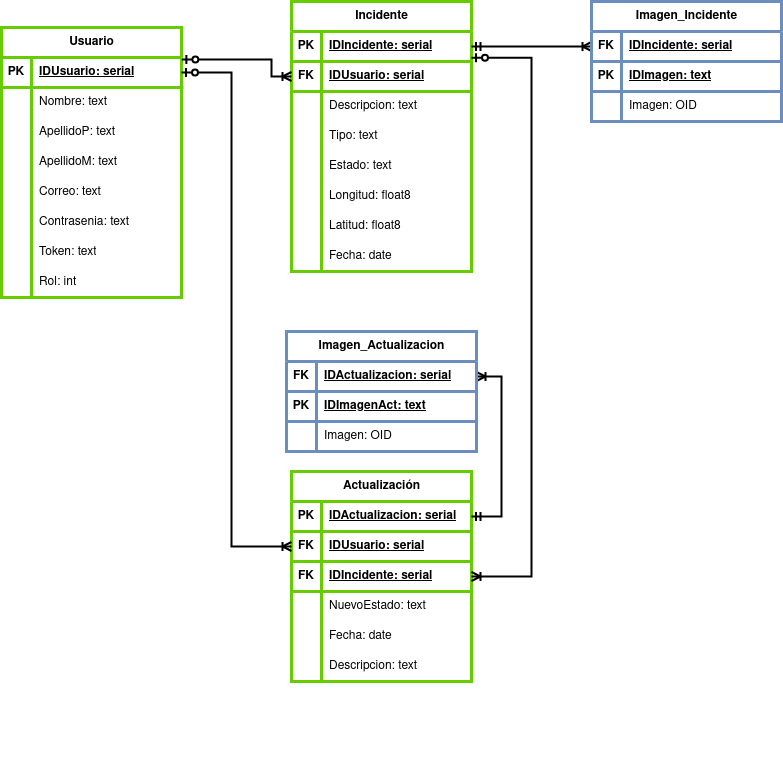
Earlier version of the draw.io export documentacion/tarea2-BDD/BDD_MajarraDrive-Relacional.drawio.png (ingenieria-software-7009-2025-2/mojarra-Gerreidae-api). Source tidied: cells renumbered, new cells last; positions are measured from the earlier drawing's top-left corner, leaving out a move shared by most shapes.
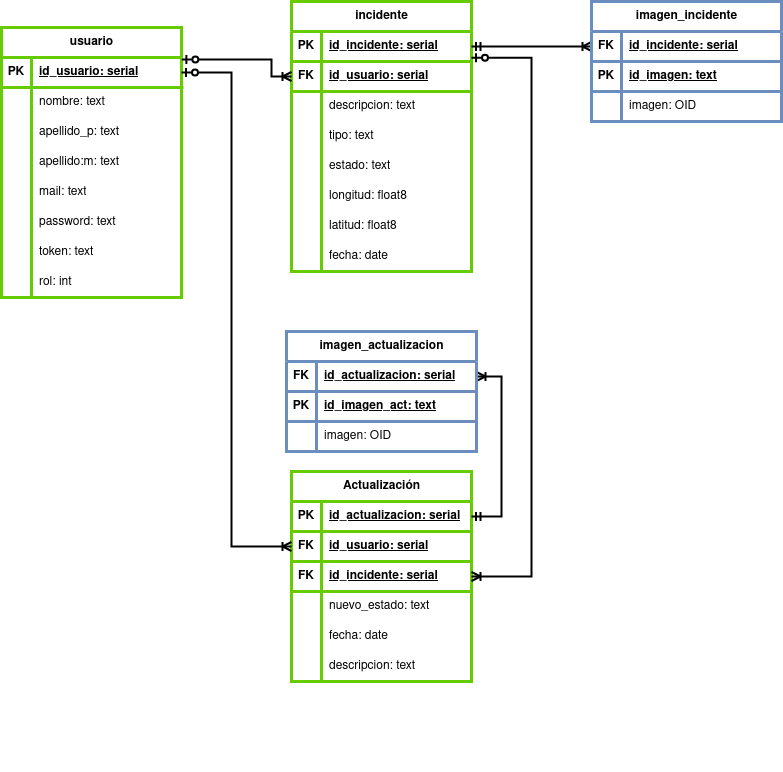
After the change.

Commit message:
style: actualización diagrama BDD

Diff of the diagram source:
```diff
@@ -4,3 +4,3 @@
     <mxCell id="1" parent="0" />
-    <mxCell id="2" value="Usuario" style="shape=table;startSize=30;rowLines=0;fontStyle=1;align=center;html=1;strokeColor=#66CC00;strokeWidth=3;" parent="1" vertex="1">
+    <mxCell id="2" value="usuario" style="shape=table;startSize=30;rowLines=0;fontStyle=1;align=center;html=1;strokeColor=#66CC00;strokeWidth=3;" parent="1" vertex="1">
       <mxGeometry y="26" width="180" height="270" as="geometry" />
@@ -13,3 +13,3 @@
     </mxCell>
-    <mxCell id="5" value="IDUsuario: serial" style="shape=partialRectangle;fillColor=none;top=0;left=0;bottom=0;right=0;align=left;spacingLeft=6;fontStyle=5;overflow=hidden;whiteSpace=wrap;html=1;strokeColor=#FF0080;strokeWidth=3;" parent="3" vertex="1">
+    <mxCell id="5" value="id_usuario: serial" style="shape=partialRectangle;fillColor=none;top=0;left=0;bottom=0;right=0;align=left;spacingLeft=6;fontStyle=5;overflow=hidden;whiteSpace=wrap;html=1;strokeColor=#FF0080;strokeWidth=3;" parent="3" vertex="1">
       <mxGeometry x="30" width="150" height="30" as="geometry" />
@@ -22,3 +22,3 @@
     </mxCell>
-    <mxCell id="8" value="Nombre: text" style="shape=partialRectangle;fillColor=none;top=0;left=0;bottom=0;right=0;align=left;spacingLeft=6;overflow=hidden;whiteSpace=wrap;html=1;strokeWidth=3;" parent="6" vertex="1">
+    <mxCell id="8" value="nombre: text" style="shape=partialRectangle;fillColor=none;top=0;left=0;bottom=0;right=0;align=left;spacingLeft=6;overflow=hidden;whiteSpace=wrap;html=1;strokeWidth=3;" parent="6" vertex="1">
       <mxGeometry x="30" width="150" height="30" as="geometry" />
@@ -31,3 +31,3 @@
     </mxCell>
-    <mxCell id="11" value="ApellidoP: text" style="shape=partialRectangle;fillColor=none;top=0;left=0;bottom=0;right=0;align=left;spacingLeft=6;overflow=hidden;whiteSpace=wrap;html=1;strokeWidth=3;" parent="9" vertex="1">
+    <mxCell id="11" value="apellido_p: text" style="shape=partialRectangle;fillColor=none;top=0;left=0;bottom=0;right=0;align=left;spacingLeft=6;overflow=hidden;whiteSpace=wrap;html=1;strokeWidth=3;" parent="9" vertex="1">
       <mxGeometry x="30" width="150" height="30" as="geometry" />
@@ -40,3 +40,3 @@
     </mxCell>
-    <mxCell id="14" value="ApellidoM: text" style="shape=partialRectangle;fillColor=none;top=0;left=0;bottom=0;right=0;align=left;spacingLeft=6;overflow=hidden;whiteSpace=wrap;html=1;strokeWidth=3;" parent="12" vertex="1">
+    <mxCell id="14" value="apellido:m: text" style="shape=partialRectangle;fillColor=none;top=0;left=0;bottom=0;right=0;align=left;spacingLeft=6;overflow=hidden;whiteSpace=wrap;html=1;strokeWidth=3;" parent="12" vertex="1">
       <mxGeometry x="30" width="150" height="30" as="geometry" />
@@ -49,3 +49,3 @@
     </mxCell>
-    <mxCell id="17" value="Correo: text" style="shape=partialRectangle;fillColor=none;top=0;left=0;bottom=0;right=0;align=left;spacingLeft=6;overflow=hidden;whiteSpace=wrap;html=1;strokeWidth=3;" parent="15" vertex="1">
+    <mxCell id="17" value="mail: text" style="shape=partialRectangle;fillColor=none;top=0;left=0;bottom=0;right=0;align=left;spacingLeft=6;overflow=hidden;whiteSpace=wrap;html=1;strokeWidth=3;" parent="15" vertex="1">
       <mxGeometry x="30" width="150" height="30" as="geometry" />
@@ -58,3 +58,3 @@
     </mxCell>
-    <mxCell id="20" value="Contrasenia: text" style="shape=partialRectangle;fillColor=none;top=0;left=0;bottom=0;right=0;align=left;spacingLeft=6;overflow=hidden;whiteSpace=wrap;html=1;strokeWidth=3;" parent="18" vertex="1">
+    <mxCell id="20" value="password: text" style="shape=partialRectangle;fillColor=none;top=0;left=0;bottom=0;right=0;align=left;spacingLeft=6;overflow=hidden;whiteSpace=wrap;html=1;strokeWidth=3;" parent="18" vertex="1">
       <mxGeometry x="30" width="150" height="30" as="geometry" />
@@ -67,3 +67,3 @@
     </mxCell>
-    <mxCell id="23" value="Token: text" style="shape=partialRectangle;fillColor=none;top=0;left=0;bottom=0;right=0;align=left;spacingLeft=6;overflow=hidden;whiteSpace=wrap;html=1;strokeWidth=3;" parent="21" vertex="1">
+    <mxCell id="23" value="token: text" style="shape=partialRectangle;fillColor=none;top=0;left=0;bottom=0;right=0;align=left;spacingLeft=6;overflow=hidden;whiteSpace=wrap;html=1;strokeWidth=3;" parent="21" vertex="1">
       <mxGeometry x="30" width="150" height="30" as="geometry" />
@@ -76,6 +76,6 @@
     </mxCell>
-    <mxCell id="26" value="Rol: int" style="shape=partialRectangle;fillColor=none;top=0;left=0;bottom=0;right=0;align=left;spacingLeft=6;overflow=hidden;whiteSpace=wrap;html=1;strokeWidth=3;" parent="24" vertex="1">
+    <mxCell id="26" value="rol: int" style="shape=partialRectangle;fillColor=none;top=0;left=0;bottom=0;right=0;align=left;spacingLeft=6;overflow=hidden;whiteSpace=wrap;html=1;strokeWidth=3;" parent="24" vertex="1">
       <mxGeometry x="30" width="150" height="30" as="geometry" />
     </mxCell>
-    <mxCell id="27" value="Incidente" style="shape=table;startSize=30;rowLines=0;fontStyle=1;align=center;html=1;strokeColor=#66CC00;strokeWidth=3;" parent="1" vertex="1">
+    <mxCell id="27" value="incidente" style="shape=table;startSize=30;rowLines=0;fontStyle=1;align=center;html=1;strokeColor=#66CC00;strokeWidth=3;" parent="1" vertex="1">
       <mxGeometry x="290" width="180" height="270" as="geometry" />
@@ -88,3 +88,3 @@
     </mxCell>
-    <mxCell id="30" value="IDIncidente: serial" style="shape=partialRectangle;fillColor=none;top=0;left=0;bottom=0;right=0;align=left;spacingLeft=6;fontStyle=5;overflow=hidden;whiteSpace=wrap;html=1;strokeColor=#FF0080;strokeWidth=3;" parent="28" vertex="1">
+    <mxCell id="30" value="id_incidente: serial" style="shape=partialRectangle;fillColor=none;top=0;left=0;bottom=0;right=0;align=left;spacingLeft=6;fontStyle=5;overflow=hidden;whiteSpace=wrap;html=1;strokeColor=#FF0080;strokeWidth=3;" parent="28" vertex="1">
       <mxGeometry x="30" width="150" height="30" as="geometry" />
@@ -106,3 +106,3 @@
     </mxCell>
-    <mxCell id="36" value="Descripcion: text" style="shape=partialRectangle;fillColor=none;top=0;left=0;bottom=0;right=0;align=left;spacingLeft=6;overflow=hidden;whiteSpace=wrap;html=1;strokeWidth=3;" parent="34" vertex="1">
+    <mxCell id="36" value="descripcion: text" style="shape=partialRectangle;fillColor=none;top=0;left=0;bottom=0;right=0;align=left;spacingLeft=6;overflow=hidden;whiteSpace=wrap;html=1;strokeWidth=3;" parent="34" vertex="1">
       <mxGeometry x="30" width="150" height="30" as="geometry" />
@@ -115,3 +115,3 @@
     </mxCell>
-    <mxCell id="39" value="Tipo: text" style="shape=partialRectangle;fillColor=none;top=0;left=0;bottom=0;right=0;align=left;spacingLeft=6;overflow=hidden;whiteSpace=wrap;html=1;strokeWidth=3;" parent="37" vertex="1">
+    <mxCell id="39" value="tipo: text" style="shape=partialRectangle;fillColor=none;top=0;left=0;bottom=0;right=0;align=left;spacingLeft=6;overflow=hidden;whiteSpace=wrap;html=1;strokeWidth=3;" parent="37" vertex="1">
       <mxGeometry x="30" width="150" height="30" as="geometry" />
@@ -124,3 +124,3 @@
     </mxCell>
-    <mxCell id="42" value="Estado: text" style="shape=partialRectangle;fillColor=none;top=0;left=0;bottom=0;right=0;align=left;spacingLeft=6;overflow=hidden;whiteSpace=wrap;html=1;strokeWidth=3;" parent="40" vertex="1">
+    <mxCell id="42" value="estado: text" style="shape=partialRectangle;fillColor=none;top=0;left=0;bottom=0;right=0;align=left;spacingLeft=6;overflow=hidden;whiteSpace=wrap;html=1;strokeWidth=3;" parent="40" vertex="1">
       <mxGeometry x="30" width="150" height="30" as="geometry" />
@@ -133,3 +133,3 @@
     </mxCell>
-    <mxCell id="45" value="Longitud: float8" style="shape=partialRectangle;fillColor=none;top=0;left=0;bottom=0;right=0;align=left;spacingLeft=6;overflow=hidden;whiteSpace=wrap;html=1;strokeWidth=3;" parent="43" vertex="1">
+    <mxCell id="45" value="longitud: float8" style="shape=partialRectangle;fillColor=none;top=0;left=0;bottom=0;right=0;align=left;spacingLeft=6;overflow=hidden;whiteSpace=wrap;html=1;strokeWidth=3;" parent="43" vertex="1">
       <mxGeometry x="30" width="150" height="30" as="geometry" />
@@ -142,3 +142,3 @@
     </mxCell>
-    <mxCell id="48" value="Latitud: float8" style="shape=partialRectangle;fillColor=none;top=0;left=0;bottom=0;right=0;align=left;spacingLeft=6;overflow=hidden;whiteSpace=wrap;html=1;strokeWidth=3;" parent="46" vertex="1">
+    <mxCell id="48" value="latitud: float8" style="shape=partialRectangle;fillColor=none;top=0;left=0;bottom=0;right=0;align=left;spacingLeft=6;overflow=hidden;whiteSpace=wrap;html=1;strokeWidth=3;" parent="46" vertex="1">
       <mxGeometry x="30" width="150" height="30" as="geometry" />
@@ -151,3 +151,3 @@
     </mxCell>
-    <mxCell id="51" value="Fecha: date" style="shape=partialRectangle;fillColor=none;top=0;left=0;bottom=0;right=0;align=left;spacingLeft=6;overflow=hidden;whiteSpace=wrap;html=1;strokeWidth=3;" parent="49" vertex="1">
+    <mxCell id="51" value="fecha: date" style="shape=partialRectangle;fillColor=none;top=0;left=0;bottom=0;right=0;align=left;spacingLeft=6;overflow=hidden;whiteSpace=wrap;html=1;strokeWidth=3;" parent="49" vertex="1">
       <mxGeometry x="30" width="150" height="30" as="geometry" />
@@ -174,3 +174,3 @@
     </mxCell>
-    <mxCell id="56" value="IDUsuario: serial" style="shape=partialRectangle;fillColor=none;top=0;left=0;bottom=0;right=0;align=left;spacingLeft=6;fontStyle=5;overflow=hidden;whiteSpace=wrap;html=1;strokeColor=#FF0080;strokeWidth=3;" parent="54" vertex="1">
+    <mxCell id="56" value="id_usuario: serial" style="shape=partialRectangle;fillColor=none;top=0;left=0;bottom=0;right=0;align=left;spacingLeft=6;fontStyle=5;overflow=hidden;whiteSpace=wrap;html=1;strokeColor=#FF0080;strokeWidth=3;" parent="54" vertex="1">
       <mxGeometry x="30" width="150" height="30" as="geometry" />
@@ -189,3 +189,3 @@
     </mxCell>
-    <mxCell id="61" value="IDActualizacion: serial" style="shape=partialRectangle;fillColor=none;top=0;left=0;bottom=0;right=0;align=left;spacingLeft=6;fontStyle=5;overflow=hidden;whiteSpace=wrap;html=1;strokeColor=#FF0080;strokeWidth=3;" parent="59" vertex="1">
+    <mxCell id="61" value="id_actualizacion: serial" style="shape=partialRectangle;fillColor=none;top=0;left=0;bottom=0;right=0;align=left;spacingLeft=6;fontStyle=5;overflow=hidden;whiteSpace=wrap;html=1;strokeColor=#FF0080;strokeWidth=3;" parent="59" vertex="1">
       <mxGeometry x="30" width="150" height="30" as="geometry" />
@@ -216,3 +216,3 @@
     </mxCell>
-    <mxCell id="70" value="NuevoEstado: text" style="shape=partialRectangle;fillColor=none;top=0;left=0;bottom=0;right=0;align=left;spacingLeft=6;overflow=hidden;whiteSpace=wrap;html=1;strokeWidth=3;" parent="68" vertex="1">
+    <mxCell id="70" value="nuevo_estado: text" style="shape=partialRectangle;fillColor=none;top=0;left=0;bottom=0;right=0;align=left;spacingLeft=6;overflow=hidden;whiteSpace=wrap;html=1;strokeWidth=3;" parent="68" vertex="1">
       <mxGeometry x="30" width="150" height="30" as="geometry" />
@@ -225,3 +225,3 @@
     </mxCell>
-    <mxCell id="73" value="Fecha: date" style="shape=partialRectangle;fillColor=none;top=0;left=0;bottom=0;right=0;align=left;spacingLeft=6;overflow=hidden;whiteSpace=wrap;html=1;strokeWidth=3;" parent="71" vertex="1">
+    <mxCell id="73" value="fecha: date" style="shape=partialRectangle;fillColor=none;top=0;left=0;bottom=0;right=0;align=left;spacingLeft=6;overflow=hidden;whiteSpace=wrap;html=1;strokeWidth=3;" parent="71" vertex="1">
       <mxGeometry x="30" width="150" height="30" as="geometry" />
@@ -234,3 +234,3 @@
     </mxCell>
-    <mxCell id="76" value="Descripcion: text" style="shape=partialRectangle;fillColor=none;top=0;left=0;bottom=0;right=0;align=left;spacingLeft=6;overflow=hidden;whiteSpace=wrap;html=1;strokeWidth=3;" parent="74" vertex="1">
+    <mxCell id="76" value="descripcion: text" style="shape=partialRectangle;fillColor=none;top=0;left=0;bottom=0;right=0;align=left;spacingLeft=6;overflow=hidden;whiteSpace=wrap;html=1;strokeWidth=3;" parent="74" vertex="1">
       <mxGeometry x="30" width="150" height="30" as="geometry" />
@@ -243,3 +243,3 @@
     </mxCell>
-    <mxCell id="79" value="IDUsuario: serial" style="shape=partialRectangle;fillColor=none;top=0;left=0;bottom=0;right=0;align=left;spacingLeft=6;fontStyle=5;overflow=hidden;whiteSpace=wrap;html=1;strokeColor=#FF0080;strokeWidth=3;" parent="77" vertex="1">
+    <mxCell id="79" value="id_usuario: serial" style="shape=partialRectangle;fillColor=none;top=0;left=0;bottom=0;right=0;align=left;spacingLeft=6;fontStyle=5;overflow=hidden;whiteSpace=wrap;html=1;strokeColor=#FF0080;strokeWidth=3;" parent="77" vertex="1">
       <mxGeometry x="30" width="150" height="30" as="geometry" />
@@ -252,3 +252,3 @@
     </mxCell>
-    <mxCell id="82" value="IDIncidente: serial" style="shape=partialRectangle;fillColor=none;top=0;left=0;bottom=0;right=0;align=left;spacingLeft=6;fontStyle=5;overflow=hidden;whiteSpace=wrap;html=1;strokeColor=#FF0080;strokeWidth=3;" parent="80" vertex="1">
+    <mxCell id="82" value="id_incidente: serial" style="shape=partialRectangle;fillColor=none;top=0;left=0;bottom=0;right=0;align=left;spacingLeft=6;fontStyle=5;overflow=hidden;whiteSpace=wrap;html=1;strokeColor=#FF0080;strokeWidth=3;" parent="80" vertex="1">
       <mxGeometry x="30" width="150" height="30" as="geometry" />
@@ -279,3 +279,3 @@
     </mxCell>
-    <mxCell id="87" value="Imagen_Incidente" style="shape=table;startSize=30;rowLines=0;fontStyle=1;align=center;html=1;strokeColor=#6C8EBF;strokeWidth=3;" parent="86" vertex="1">
+    <mxCell id="87" value="imagen_incidente" style="shape=table;startSize=30;rowLines=0;fontStyle=1;align=center;html=1;strokeColor=#6C8EBF;strokeWidth=3;" parent="86" vertex="1">
       <mxGeometry width="190" height="120" as="geometry" />
@@ -288,3 +288,3 @@
     </mxCell>
-    <mxCell id="90" value="IDIncidente: serial" style="shape=partialRectangle;fillColor=none;top=0;left=0;bottom=0;right=0;align=left;spacingLeft=6;fontStyle=5;overflow=hidden;whiteSpace=wrap;html=1;strokeColor=#6C8EBF;strokeWidth=3;" parent="88" vertex="1">
+    <mxCell id="90" value="id_incidente: serial" style="shape=partialRectangle;fillColor=none;top=0;left=0;bottom=0;right=0;align=left;spacingLeft=6;fontStyle=5;overflow=hidden;whiteSpace=wrap;html=1;strokeColor=#6C8EBF;strokeWidth=3;" parent="88" vertex="1">
       <mxGeometry x="30" width="160" height="30" as="geometry" />
@@ -297,3 +297,3 @@
     </mxCell>
-    <mxCell id="93" value="IDImagen: text" style="shape=partialRectangle;fillColor=none;top=0;left=0;bottom=0;right=0;align=left;spacingLeft=6;fontStyle=5;overflow=hidden;whiteSpace=wrap;html=1;strokeColor=#6C8EBF;strokeWidth=3;" parent="91" vertex="1">
+    <mxCell id="93" value="id_imagen: text" style="shape=partialRectangle;fillColor=none;top=0;left=0;bottom=0;right=0;align=left;spacingLeft=6;fontStyle=5;overflow=hidden;whiteSpace=wrap;html=1;strokeColor=#6C8EBF;strokeWidth=3;" parent="91" vertex="1">
       <mxGeometry x="30" width="160" height="30" as="geometry" />
@@ -309,3 +309,3 @@
     </mxCell>
-    <mxCell id="97" value="Imagen: OID" style="shape=partialRectangle;fillColor=none;top=0;left=0;bottom=0;right=0;align=left;spacingLeft=6;overflow=hidden;whiteSpace=wrap;html=1;strokeWidth=3;" parent="86" vertex="1">
+    <mxCell id="97" value="imagen: OID" style="shape=partialRectangle;fillColor=none;top=0;left=0;bottom=0;right=0;align=left;spacingLeft=6;overflow=hidden;whiteSpace=wrap;html=1;strokeWidth=3;" parent="86" vertex="1">
       <mxGeometry x="30" y="90" width="160" height="30" as="geometry" />
@@ -315,3 +315,3 @@
     </mxCell>
-    <mxCell id="99" value="Imagen_Actualizacion" style="shape=table;startSize=30;rowLines=0;fontStyle=1;align=center;html=1;strokeColor=#6C8EBF;strokeWidth=3;" parent="98" vertex="1">
+    <mxCell id="99" value="imagen_actualizacion" style="shape=table;startSize=30;rowLines=0;fontStyle=1;align=center;html=1;strokeColor=#6C8EBF;strokeWidth=3;" parent="98" vertex="1">
       <mxGeometry width="190" height="120" as="geometry" />
@@ -324,3 +324,3 @@
     </mxCell>
-    <mxCell id="102" value="IDActualizacion: serial" style="shape=partialRectangle;fillColor=none;top=0;left=0;bottom=0;right=0;align=left;spacingLeft=6;fontStyle=5;overflow=hidden;whiteSpace=wrap;html=1;strokeColor=#6C8EBF;strokeWidth=3;" parent="100" vertex="1">
+    <mxCell id="102" value="id_actualizacion: serial" style="shape=partialRectangle;fillColor=none;top=0;left=0;bottom=0;right=0;align=left;spacingLeft=6;fontStyle=5;overflow=hidden;whiteSpace=wrap;html=1;strokeColor=#6C8EBF;strokeWidth=3;" parent="100" vertex="1">
       <mxGeometry x="30" width="160" height="30" as="geometry" />
@@ -333,3 +333,3 @@
     </mxCell>
-    <mxCell id="105" value="IDImagenAct: text" style="shape=partialRectangle;fillColor=none;top=0;left=0;bottom=0;right=0;align=left;spacingLeft=6;fontStyle=5;overflow=hidden;whiteSpace=wrap;html=1;strokeColor=#6C8EBF;strokeWidth=3;" parent="103" vertex="1">
+    <mxCell id="105" value="id_imagen_act: text" style="shape=partialRectangle;fillColor=none;top=0;left=0;bottom=0;right=0;align=left;spacingLeft=6;fontStyle=5;overflow=hidden;whiteSpace=wrap;html=1;strokeColor=#6C8EBF;strokeWidth=3;" parent="103" vertex="1">
       <mxGeometry x="30" width="160" height="30" as="geometry" />
@@ -345,3 +345,3 @@
     </mxCell>
-    <mxCell id="109" value="Imagen: OID" style="shape=partialRectangle;fillColor=none;top=0;left=0;bottom=0;right=0;align=left;spacingLeft=6;overflow=hidden;whiteSpace=wrap;html=1;strokeWidth=3;" parent="98" vertex="1">
+    <mxCell id="109" value="imagen: OID" style="shape=partialRectangle;fillColor=none;top=0;left=0;bottom=0;right=0;align=left;spacingLeft=6;overflow=hidden;whiteSpace=wrap;html=1;strokeWidth=3;" parent="98" vertex="1">
       <mxGeometry x="30" y="90" width="155" height="30" as="geometry" />
```
